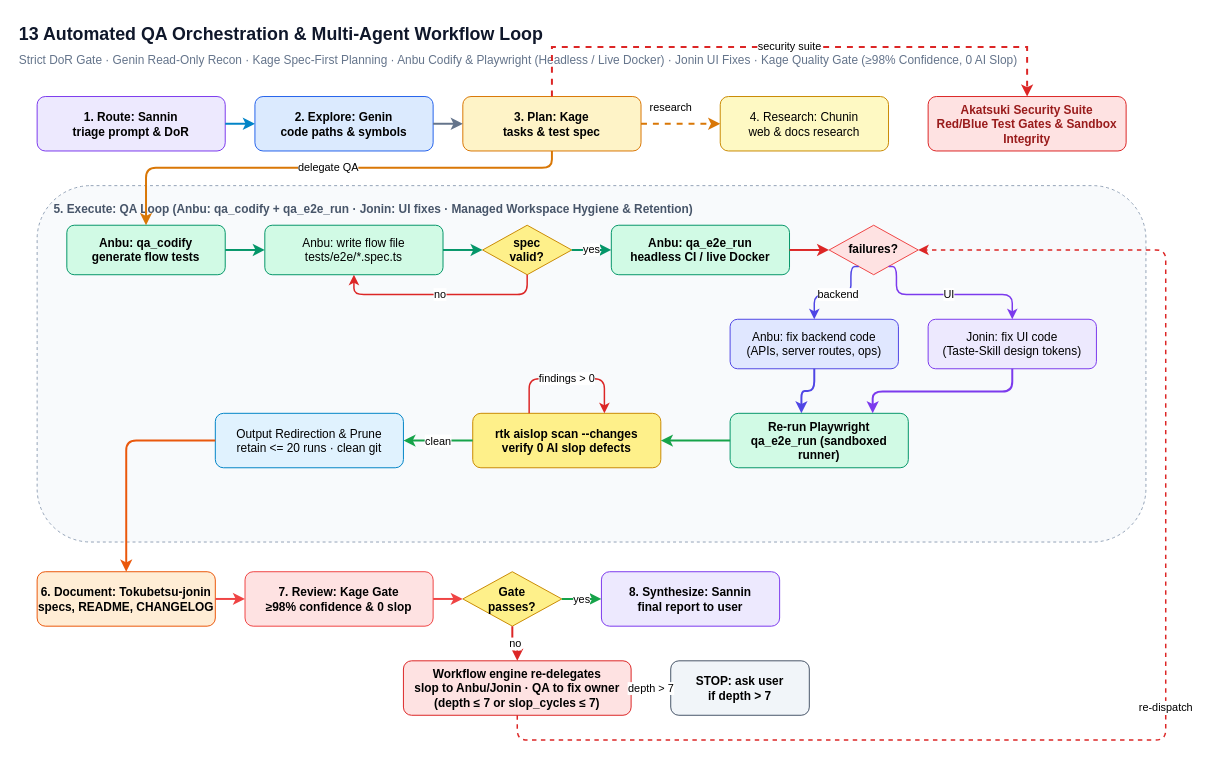
Above: page "13 QA Automation Workflow" (13 of 19) of docs/diagrams/konoha-architecture.drawio in andycungkrinx91/konoha (draw.io), before the change. Source tidied: cells renumbered, new cells numbered last; positions are measured from the earlier drawing's top-left corner, leaving out a move shared by most shapes. Both pictures are drawn from the tidied source at 99%, with x=0, y=0 at pixel (17, 17).
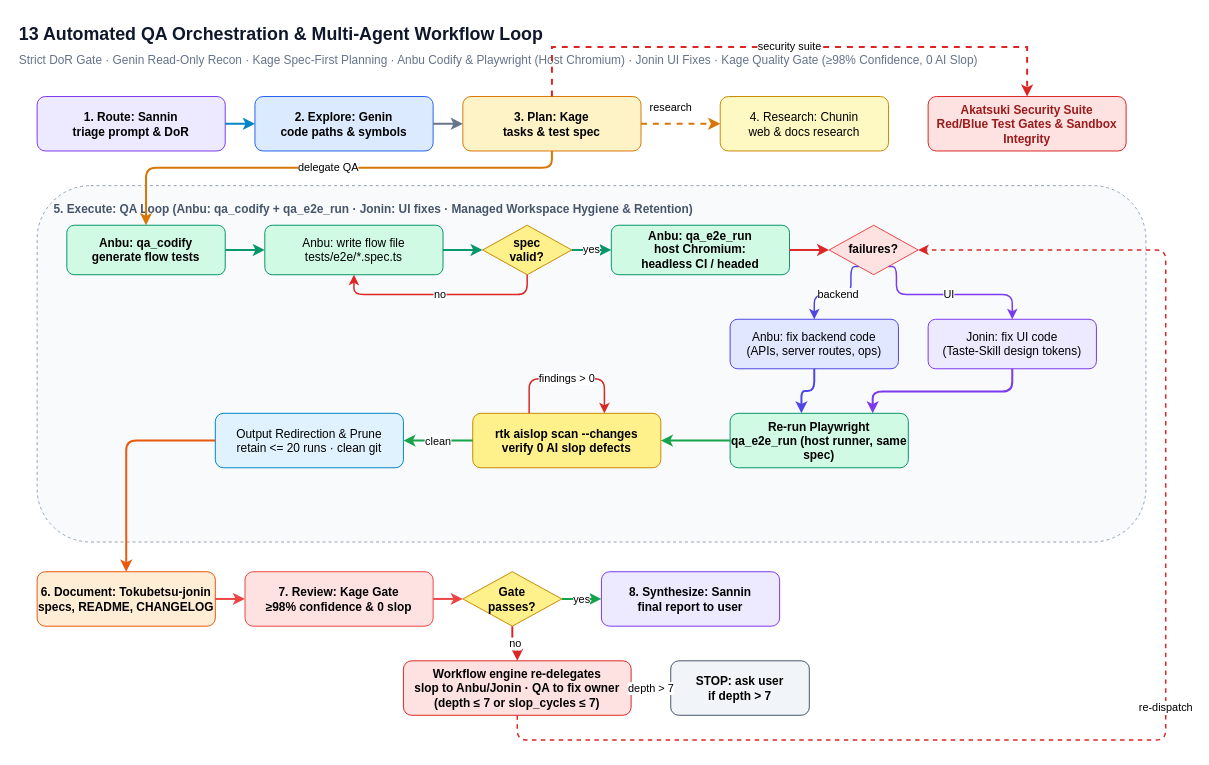
The same page after the edit.

Commit message (it also covers changes not shown here):
docs(diagrams): retire the last live-Docker QA claim

Diff of the diagram source:
```diff
@@
-    <mxCell id="3" value="Strict DoR Gate · Genin Read-Only Recon · Kage Spec-First Planning · Anbu Codify &amp; Playwright (Headless / Live Docker) · Jonin UI Fixes · Kage Quality Gate (≥98% Confidence, 0 AI Slop)" style="text;html=1;fontSize=12;fontColor=#64748b;" parent="1" vertex="1">
+    <mxCell id="3" value="Strict DoR Gate · Genin Read-Only Recon · Kage Spec-First Planning · Anbu Codify &amp; Playwright (Host Chromium) · Jonin UI Fixes · Kage Quality Gate (≥98% Confidence, 0 AI Slop)" style="text;html=1;fontSize=12;fontColor=#64748b;" parent="1" vertex="1">
       <mxGeometry y="30" width="1000" height="20" as="geometry" />
     </mxCell>
@@
-    <mxCell id="12" value="Anbu: qa_e2e_run&#10;headless CI / live Docker" style="rounded=1;whiteSpace=wrap;html=1;fillColor=#d1fae5;strokeColor=#059669;fontStyle=1;align=center;agent=anbu;" parent="1" vertex="1">
+    <mxCell id="12" value="Anbu: qa_e2e_run&#10;host Chromium:&#10;headless CI / headed" style="rounded=1;whiteSpace=wrap;html=1;fillColor=#d1fae5;strokeColor=#059669;fontStyle=1;align=center;agent=anbu;" parent="1" vertex="1">
       <mxGeometry x="600" y="210" width="180" height="50" as="geometry" />
     </mxCell>
@@
-    <mxCell id="16" value="Re-run Playwright&#10;qa_e2e_run (sandboxed runner)" style="rounded=1;whiteSpace=wrap;html=1;fillColor=#d1fae5;strokeColor=#059669;fontStyle=1;align=center;agent=anbu;" parent="1" vertex="1">
+    <mxCell id="16" value="Re-run Playwright&#10;qa_e2e_run (host runner, same spec)" style="rounded=1;whiteSpace=wrap;html=1;fillColor=#d1fae5;strokeColor=#059669;fontStyle=1;align=center;agent=anbu;" parent="1" vertex="1">
       <mxGeometry x="720" y="400" width="180" height="55" as="geometry" />
     </mxCell>
```
